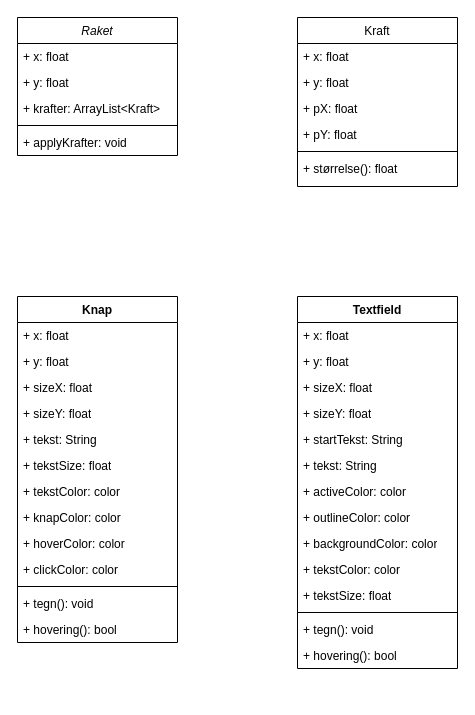
This is Diagram/ClassDiagram.drawio from NuddiGaming/Space-education, a draw.io file, before an edit. Source tidied: cells renumbered, new cells numbered last; positions are measured from the earlier drawing's top-left corner, leaving out a move shared by most shapes. Both pictures are drawn from the tidied source at 100%, with x=0, y=0 at pixel (17, 17).
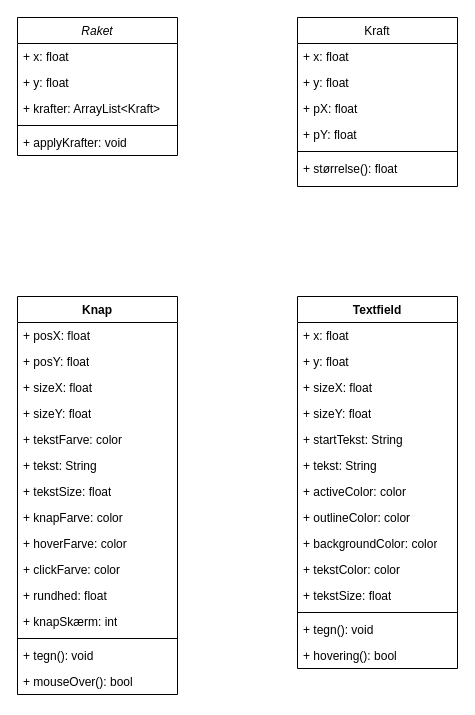
The same page after the edit.

Commit message (it also covers changes not shown here):
knap class

The edit, as a diff of the source:
```diff
@@
     <mxCell id="15" value="Knap" style="swimlane;fontStyle=1;align=center;verticalAlign=top;horizontal=1;startSize=26;whiteSpace=wrap;html=1;" parent="1" vertex="1">
-      <mxGeometry y="279" width="160" height="346" as="geometry" />
+      <mxGeometry y="279" width="160" height="398" as="geometry" />
     </mxCell>
-    <mxCell id="16" value="+ x: float" style="text;strokeColor=none;fillColor=none;align=left;verticalAlign=top;spacingLeft=4;spacingRight=4;overflow=hidden;whiteSpace=wrap;html=1;" parent="15" vertex="1">
+    <mxCell id="16" value="+ posX: float" style="text;strokeColor=none;fillColor=none;align=left;verticalAlign=top;spacingLeft=4;spacingRight=4;overflow=hidden;whiteSpace=wrap;html=1;" parent="15" vertex="1">
       <mxGeometry y="26" width="160" height="26" as="geometry" />
     </mxCell>
-    <mxCell id="17" value="+ y: float" style="text;strokeColor=none;fillColor=none;align=left;verticalAlign=top;spacingLeft=4;spacingRight=4;overflow=hidden;whiteSpace=wrap;html=1;" parent="15" vertex="1">
+    <mxCell id="17" value="+ posY: float" style="text;strokeColor=none;fillColor=none;align=left;verticalAlign=top;spacingLeft=4;spacingRight=4;overflow=hidden;whiteSpace=wrap;html=1;" parent="15" vertex="1">
       <mxGeometry y="52" width="160" height="26" as="geometry" />
     </mxCell>
@@
+    <mxCell id="22" value="+ tekstFarve: color" style="text;strokeColor=none;fillColor=none;align=left;verticalAlign=top;spacingLeft=4;spacingRight=4;overflow=hidden;whiteSpace=wrap;html=1;" parent="15" vertex="1">
+      <mxGeometry y="130" width="160" height="26" as="geometry" />
+    </mxCell>
     <mxCell id="20" value="+ tekst: String" style="text;strokeColor=none;fillColor=none;align=left;verticalAlign=top;spacingLeft=4;spacingRight=4;overflow=hidden;whiteSpace=wrap;html=1;" parent="15" vertex="1">
-      <mxGeometry y="130" width="160" height="26" as="geometry" />
+      <mxGeometry y="156" width="160" height="26" as="geometry" />
     </mxCell>
     <mxCell id="21" value="+ tekstSize: float" style="text;strokeColor=none;fillColor=none;align=left;verticalAlign=top;spacingLeft=4;spacingRight=4;overflow=hidden;whiteSpace=wrap;html=1;" parent="15" vertex="1">
-      <mxGeometry y="156" width="160" height="26" as="geometry" />
+      <mxGeometry y="182" width="160" height="26" as="geometry" />
     </mxCell>
-    <mxCell id="22" value="+ tekstColor: color" style="text;strokeColor=none;fillColor=none;align=left;verticalAlign=top;spacingLeft=4;spacingRight=4;overflow=hidden;whiteSpace=wrap;html=1;" parent="15" vertex="1">
-      <mxGeometry y="182" width="160" height="26" as="geometry" />
-    </mxCell>
-    <mxCell id="23" value="+ knapColor: color" style="text;strokeColor=none;fillColor=none;align=left;verticalAlign=top;spacingLeft=4;spacingRight=4;overflow=hidden;whiteSpace=wrap;html=1;" parent="15" vertex="1">
+    <mxCell id="23" value="+ knapFarve: color" style="text;strokeColor=none;fillColor=none;align=left;verticalAlign=top;spacingLeft=4;spacingRight=4;overflow=hidden;whiteSpace=wrap;html=1;" parent="15" vertex="1">
       <mxGeometry y="208" width="160" height="26" as="geometry" />
     </mxCell>
-    <mxCell id="24" value="+ hoverColor: color" style="text;strokeColor=none;fillColor=none;align=left;verticalAlign=top;spacingLeft=4;spacingRight=4;overflow=hidden;whiteSpace=wrap;html=1;" parent="15" vertex="1">
+    <mxCell id="24" value="+ hoverFarve: color" style="text;strokeColor=none;fillColor=none;align=left;verticalAlign=top;spacingLeft=4;spacingRight=4;overflow=hidden;whiteSpace=wrap;html=1;" parent="15" vertex="1">
       <mxGeometry y="234" width="160" height="26" as="geometry" />
     </mxCell>
-    <mxCell id="25" value="+ clickColor: color" style="text;strokeColor=none;fillColor=none;align=left;verticalAlign=top;spacingLeft=4;spacingRight=4;overflow=hidden;whiteSpace=wrap;html=1;" parent="15" vertex="1">
+    <mxCell id="25" value="+ clickFarve: color" style="text;strokeColor=none;fillColor=none;align=left;verticalAlign=top;spacingLeft=4;spacingRight=4;overflow=hidden;whiteSpace=wrap;html=1;" parent="15" vertex="1">
       <mxGeometry y="260" width="160" height="26" as="geometry" />
     </mxCell>
+    <mxCell id="44" value="+ rundhed: float" style="text;strokeColor=none;fillColor=none;align=left;verticalAlign=top;spacingLeft=4;spacingRight=4;overflow=hidden;whiteSpace=wrap;html=1;" parent="15" vertex="1">
+      <mxGeometry y="286" width="160" height="26" as="geometry" />
+    </mxCell>
+    <mxCell id="45" value="+ knapSkærm: int" style="text;strokeColor=none;fillColor=none;align=left;verticalAlign=top;spacingLeft=4;spacingRight=4;overflow=hidden;whiteSpace=wrap;html=1;" parent="15" vertex="1">
+      <mxGeometry y="312" width="160" height="26" as="geometry" />
+    </mxCell>
     <mxCell id="26" style="line;strokeWidth=1;fillColor=none;align=left;verticalAlign=middle;spacingTop=-1;spacingLeft=3;spacingRight=3;labelPosition=right;strokeColor=inherit;" parent="15" vertex="1">
-      <mxGeometry y="286" width="160" height="8" as="geometry" />
+      <mxGeometry y="338" width="160" height="8" as="geometry" />
     </mxCell>
     <mxCell id="27" value="+ tegn(): void" style="text;strokeColor=none;fillColor=none;align=left;verticalAlign=top;spacingLeft=4;spacingRight=4;overflow=hidden;whiteSpace=wrap;html=1;" parent="15" vertex="1">
-      <mxGeometry y="294" width="160" height="26" as="geometry" />
+      <mxGeometry y="346" width="160" height="26" as="geometry" />
     </mxCell>
-    <mxCell id="28" value="+ hovering(): bool" style="text;strokeColor=none;fillColor=none;align=left;verticalAlign=top;spacingLeft=4;spacingRight=4;overflow=hidden;whiteSpace=wrap;html=1;" parent="15" vertex="1">
-      <mxGeometry y="320" width="160" height="26" as="geometry" />
+    <mxCell id="28" value="+ mouseOver(): bool" style="text;strokeColor=none;fillColor=none;align=left;verticalAlign=top;spacingLeft=4;spacingRight=4;overflow=hidden;whiteSpace=wrap;html=1;" parent="15" vertex="1">
+      <mxGeometry y="372" width="160" height="26" as="geometry" />
     </mxCell>
```
